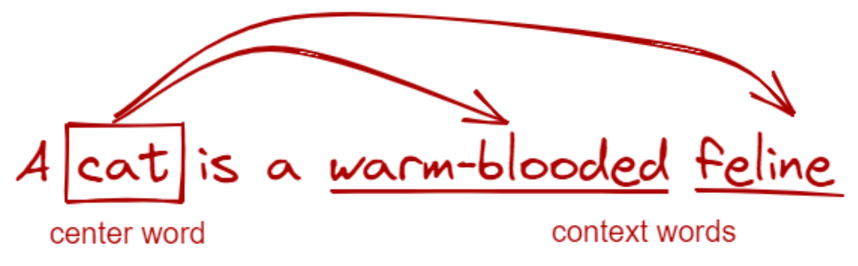
The Excalidraw diagram assets/png/word-vectors/context.png in ljvmiranda921/ljvmiranda921.github.io, before a commit. Source tidied: one line per element, renumbered; positions are measured from the earlier drawing's top-left corner, leaving out a move shared by most shapes. The source it was exported from:
```json
{"id": 0, "type": "text", "text": "A cat is a warm-blooded feline", "strokeColor": "#a00", "backgroundColor": "#a00", "fillStyle": "solid", "strokeWidth": 2, "roughness": 1, "fontSize": 36, "fontFamily": 1, "x": 0, "y": 75, "width": 546, "height": 45}
{"id": 1, "type": "rectangle", "strokeColor": "#a00", "strokeWidth": 2, "roughness": 1, "x": 35, "y": 72, "width": 77, "height": 49}
{"id": 2, "type": "line", "strokeColor": "#a00", "strokeWidth": 2, "roughness": 1, "x": 211, "y": 116, "width": 223, "height": 1, "points": [[0, 0], [223, -1]]}
{"id": 3, "type": "line", "strokeColor": "#a00", "strokeWidth": 2, "roughness": 1, "x": 455, "y": 115, "width": 97, "height": 3, "points": [[0, 0], [97, 3]]}
{"id": 4, "type": "arrow", "strokeColor": "#a00", "strokeWidth": 2, "roughness": 1, "endArrowhead": "arrow", "from": 1, "to": 0, "x": 67, "y": 68, "width": 261, "height": 48, "points": [[0, 0], [104, -48], [261, 0]]}
{"id": 5, "type": "arrow", "strokeColor": "#a00", "strokeWidth": 2, "roughness": 1, "endArrowhead": "arrow", "from": 1, "to": 0, "x": 68, "y": 66, "width": 451, "height": 66, "points": [[0, 0], [118, -66], [380, -45], [451, -4]]}
{"id": 6, "type": "text", "text": "center word", "strokeColor": "#a00", "strokeWidth": 2, "roughness": 1, "fontSize": 20, "fontFamily": 2, "x": 23, "y": 132, "width": 105, "height": 23}
{"id": 7, "type": "text", "text": "context words", "strokeColor": "#a00", "strokeWidth": 2, "roughness": 1, "fontSize": 20, "fontFamily": 2, "x": 358, "y": 131, "width": 123, "height": 23}
```
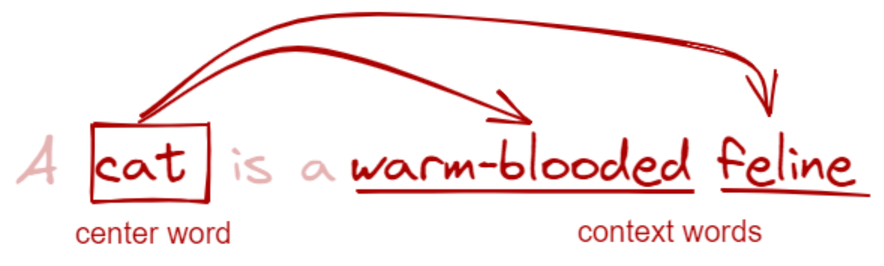
The same diagram one commit later.

Change to the diagram source:
```diff
@@ -1,8 +1,10 @@
-{"id": 0, "type": "text", "text": "A cat is a warm-blooded feline", "strokeColor": "#a00", "backgroundColor": "#a00", "fillStyle": "solid", "strokeWidth": 2, "roughness": 1, "fontSize": 36, "fontFamily": 1, "x": 0, "y": 75, "width": 546, "height": 45}
+{"id": 0, "type": "text", "text": "  cat      warm-blooded feline", "strokeColor": "#a00", "backgroundColor": "#a00", "fillStyle": "solid", "strokeWidth": 2, "roughness": 1, "fontSize": 36, "fontFamily": 1, "x": 0, "y": 75, "width": 543, "height": 45}
 {"id": 1, "type": "rectangle", "strokeColor": "#a00", "strokeWidth": 2, "roughness": 1, "x": 35, "y": 72, "width": 77, "height": 49}
 {"id": 2, "type": "line", "strokeColor": "#a00", "strokeWidth": 2, "roughness": 1, "x": 211, "y": 116, "width": 223, "height": 1, "points": [[0, 0], [223, -1]]}
 {"id": 3, "type": "line", "strokeColor": "#a00", "strokeWidth": 2, "roughness": 1, "x": 455, "y": 115, "width": 97, "height": 3, "points": [[0, 0], [97, 3]]}
-{"id": 4, "type": "arrow", "strokeColor": "#a00", "strokeWidth": 2, "roughness": 1, "endArrowhead": "arrow", "from": 1, "to": 0, "x": 67, "y": 68, "width": 261, "height": 48, "points": [[0, 0], [104, -48], [261, 0]]}
+{"id": 4, "type": "arrow", "strokeColor": "#a00", "strokeWidth": 2, "roughness": 1, "endArrowhead": "arrow", "from": 1, "to": 0, "x": 67, "y": 68, "width": 259, "height": 48, "points": [[0, 0], [104, -48], [259, 0]]}
-{"id": 5, "type": "arrow", "strokeColor": "#a00", "strokeWidth": 2, "roughness": 1, "endArrowhead": "arrow", "from": 1, "to": 0, "x": 68, "y": 66, "width": 451, "height": 66, "points": [[0, 0], [118, -66], [380, -45], [451, -4]]}
+{"id": 5, "type": "arrow", "strokeColor": "#a00", "strokeWidth": 2, "roughness": 1, "endArrowhead": "arrow", "from": 1, "to": 0, "x": 68, "y": 66, "width": 418, "height": 66, "points": [[0, 0], [118, -66], [380, -45], [418, -4]]}
 {"id": 6, "type": "text", "text": "center word", "strokeColor": "#a00", "strokeWidth": 2, "roughness": 1, "fontSize": 20, "fontFamily": 2, "x": 23, "y": 132, "width": 105, "height": 23}
 {"id": 7, "type": "text", "text": "context words", "strokeColor": "#a00", "strokeWidth": 2, "roughness": 1, "fontSize": 20, "fontFamily": 2, "x": 358, "y": 131, "width": 123, "height": 23}
+{"id": 8, "type": "text", "text": "A", "strokeColor": "#a00", "strokeWidth": 2, "roughness": 1, "opacity": 30, "fontSize": 43.56, "fontFamily": 1, "x": -17, "y": 70, "width": 28, "height": 54}
+{"id": 9, "type": "text", "text": "is a", "strokeColor": "#a00", "strokeWidth": 2, "roughness": 1, "opacity": 30, "fontSize": 36.42, "fontFamily": 1, "x": 127, "y": 76, "width": 70, "height": 46}
```
